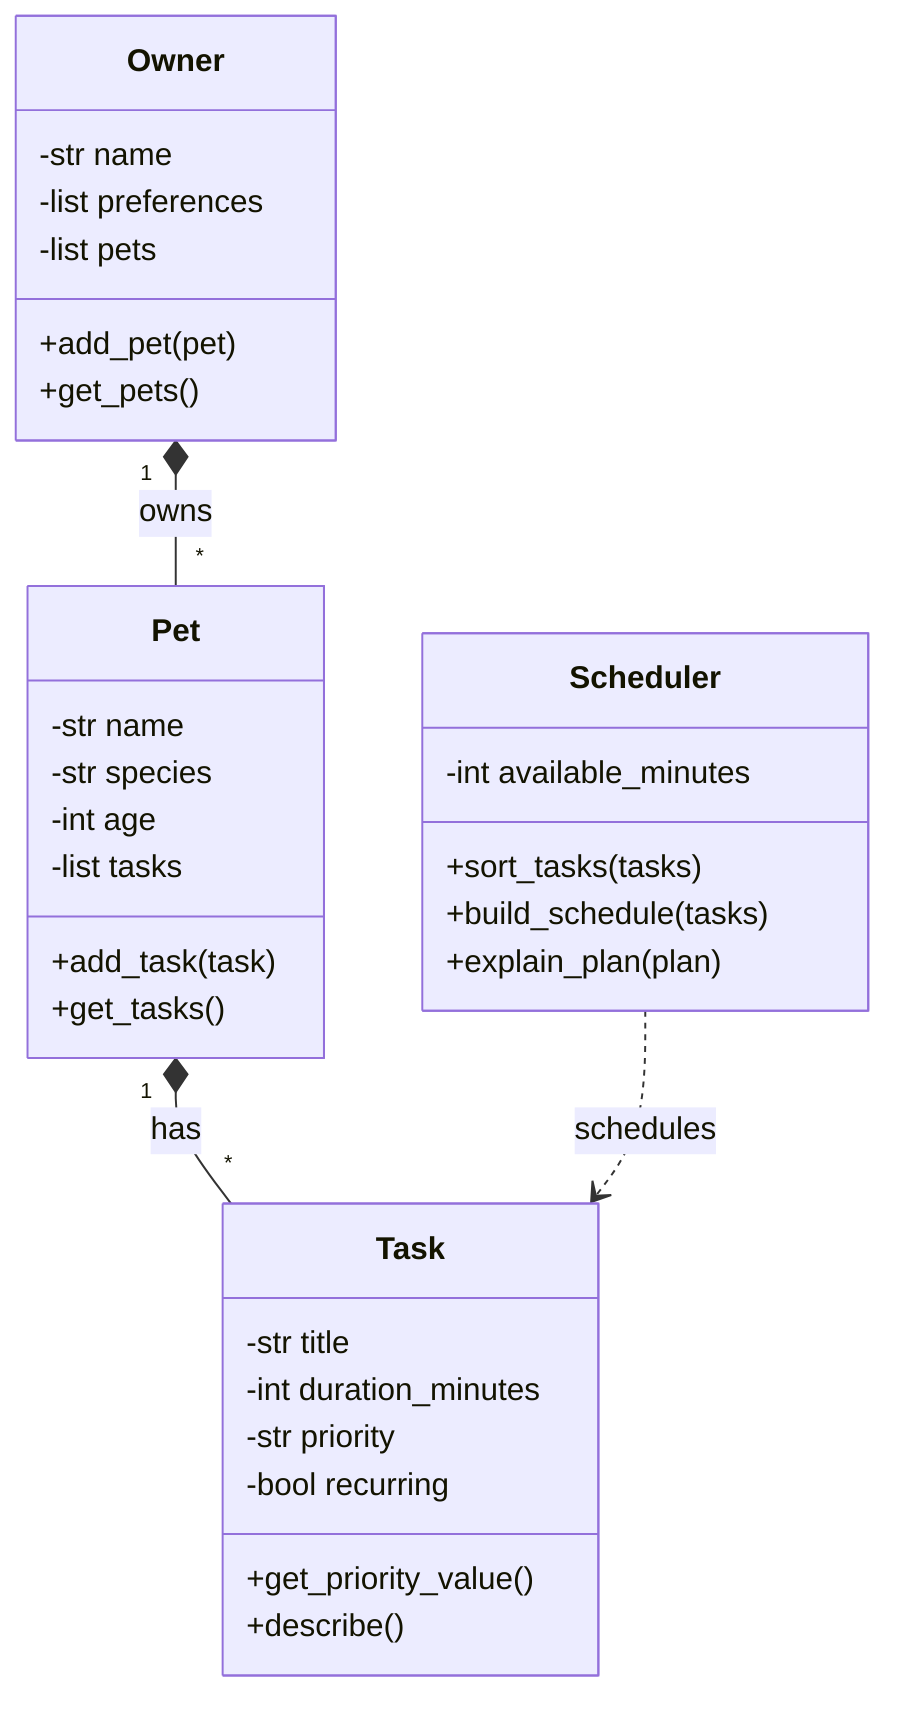
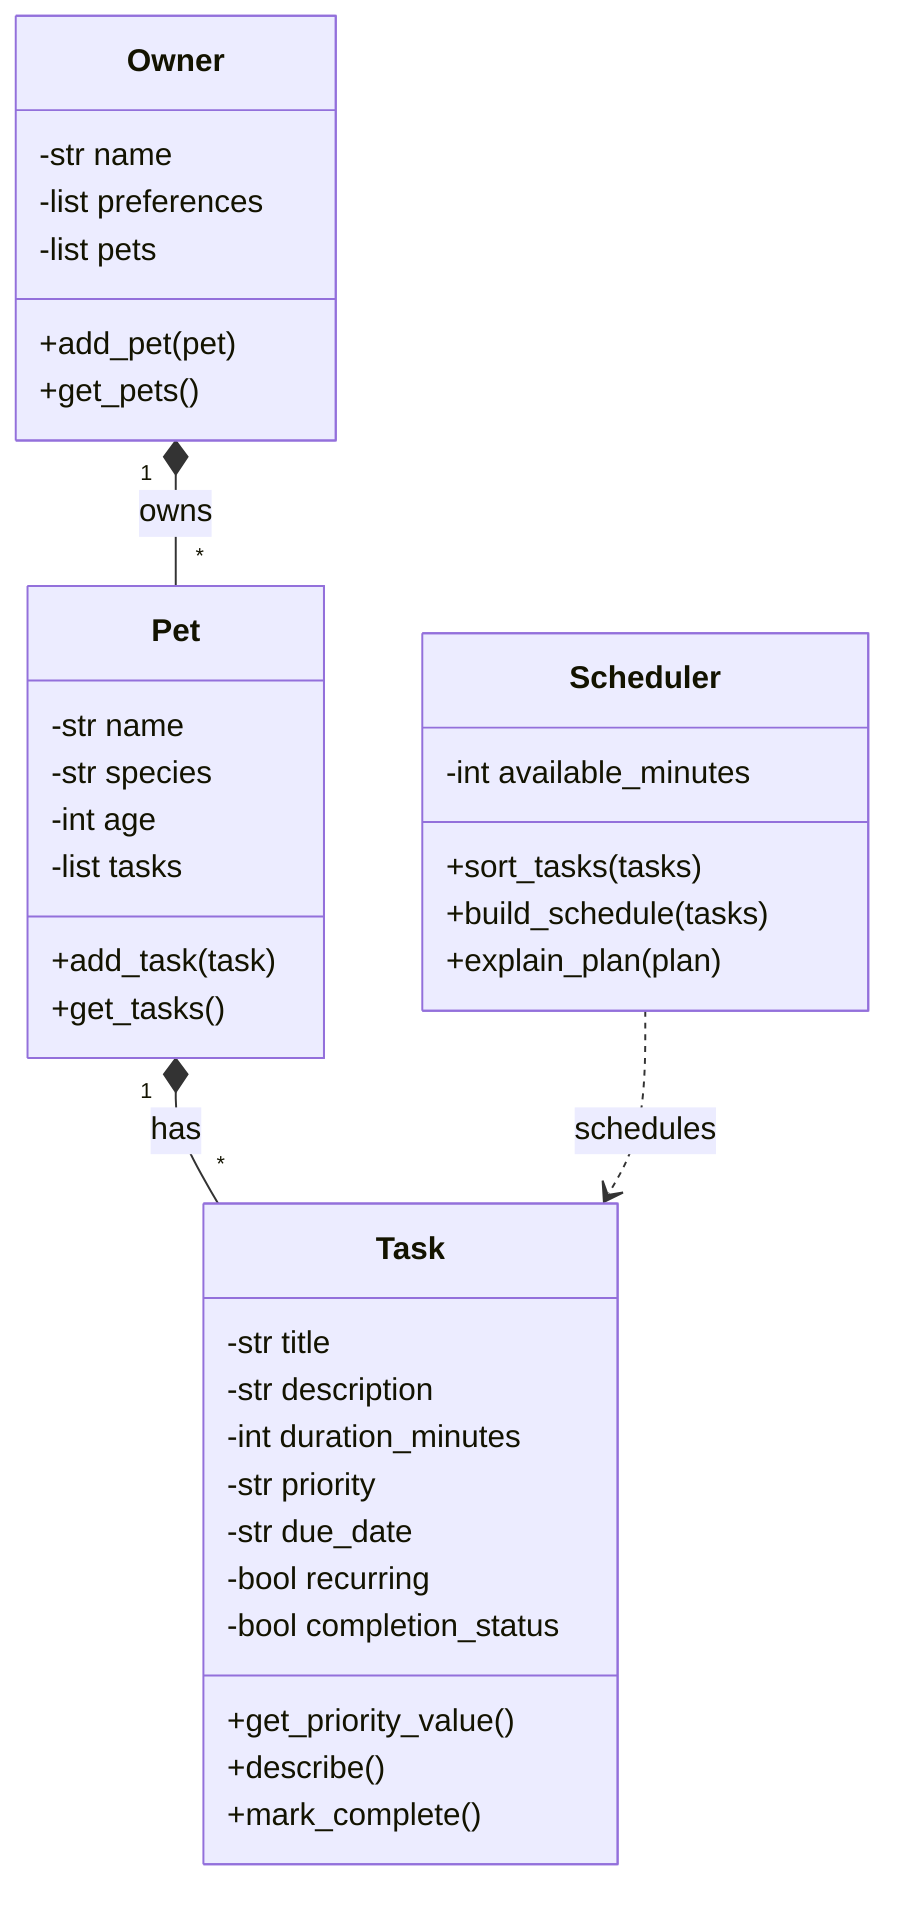
classDiagram
class Owner {
    -str name
    -list preferences
    -list pets

    +add_pet(pet)
    +get_pets()
}

class Pet {
    -str name
    -str species
    -int age
    -list tasks

    +add_task(task)
    +get_tasks()
}

class Task {
    -str title
+     -str description
    -int duration_minutes
    -str priority
+     -str due_date
    -bool recurring
+     -bool completion_status

    +get_priority_value()
    +describe()
+     +mark_complete()
}

class Scheduler {
    -int available_minutes

    +sort_tasks(tasks)
    +build_schedule(tasks)
    +explain_plan(plan)
}

Owner "1" *-- "*" Pet : owns
Pet "1" *-- "*" Task : has
Scheduler ..> Task : schedules